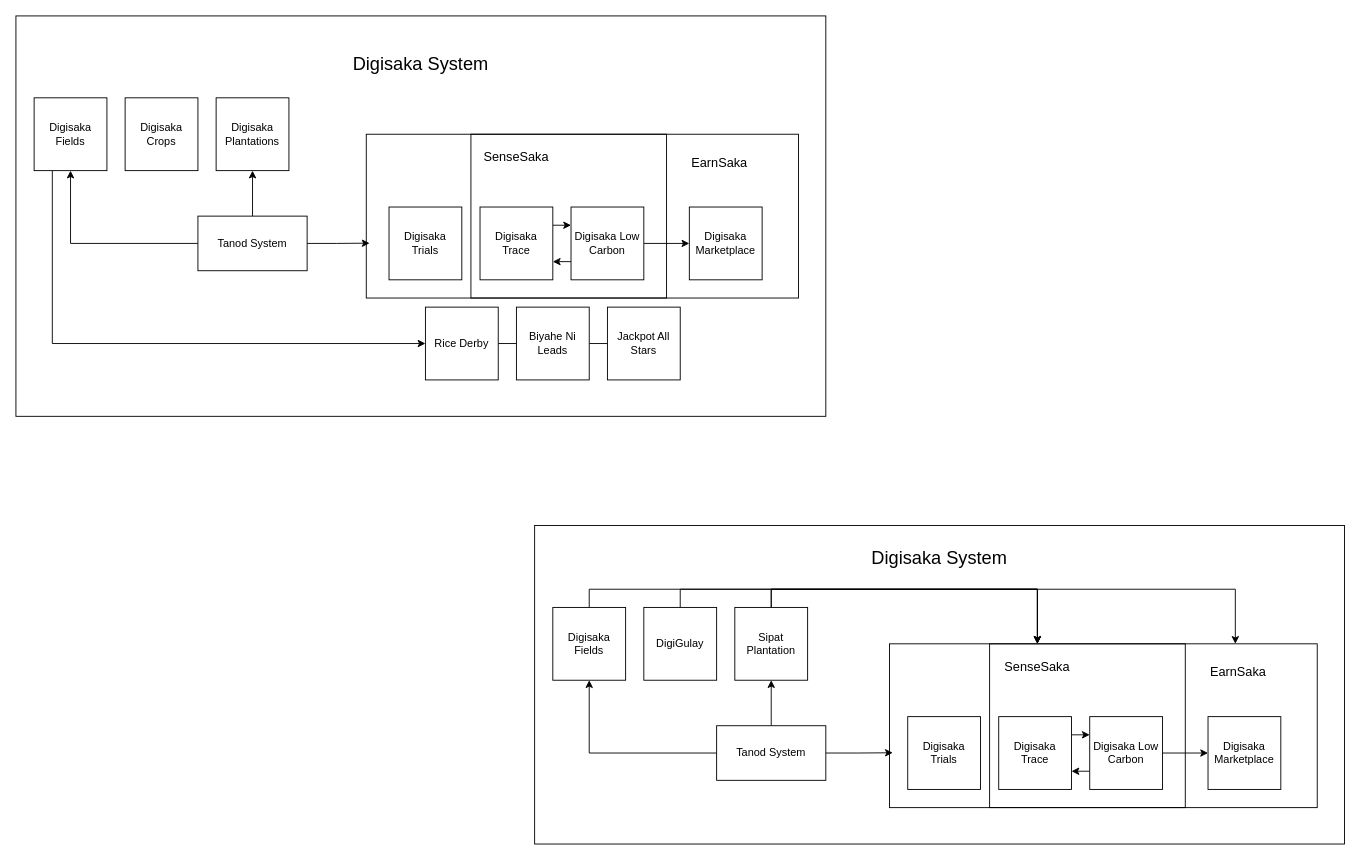
The draw.io diagram digisaks_overalldiagramski.drawio in arnanaraza/diagrams, before the edit. Source tidied: cells renumbered, new cells numbered last; positions are measured from the earlier drawing's top-left corner, leaving out a move shared by most shapes. Both pictures are drawn from the tidied source at 91%, with x=0, y=0 at pixel (15, 15).
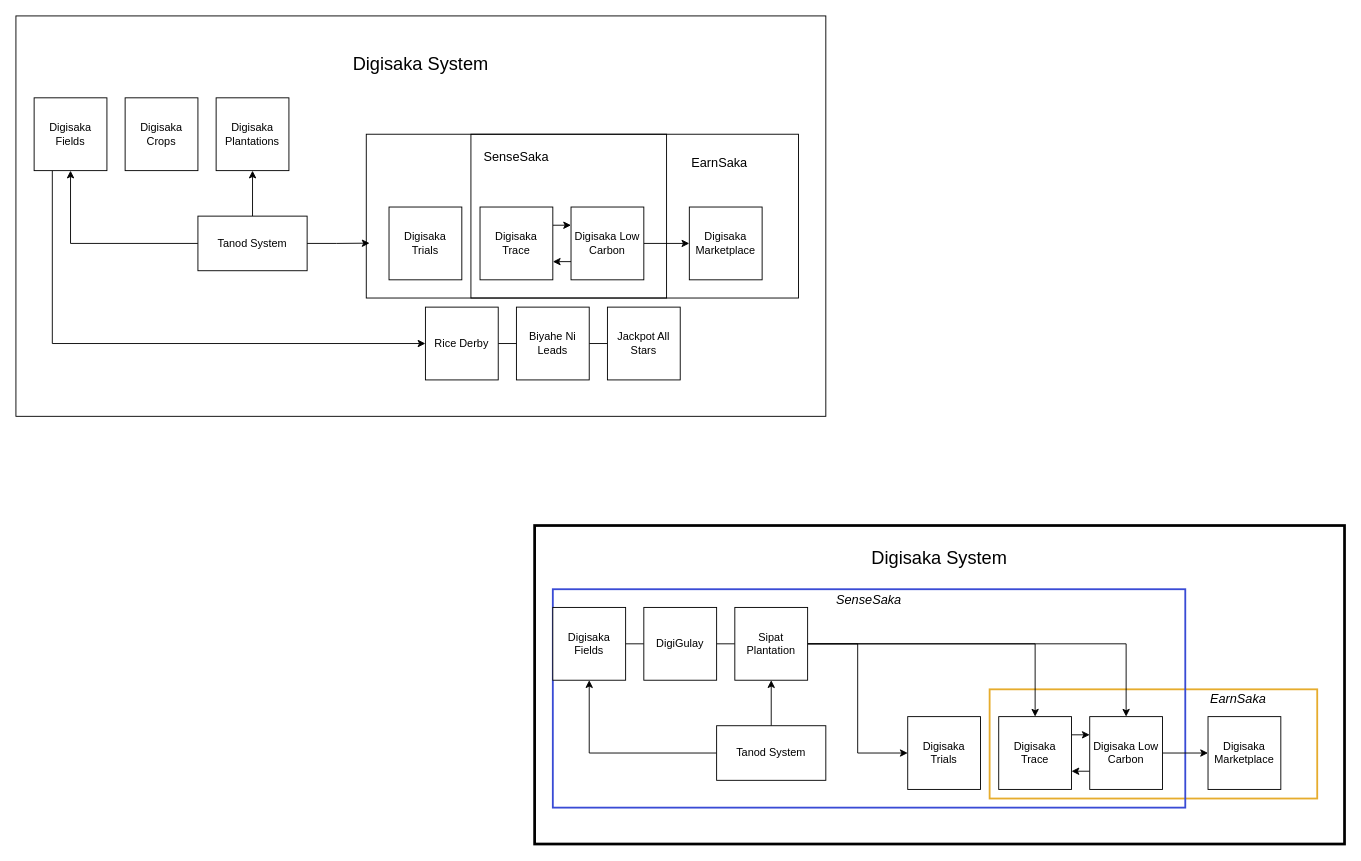
The same diagram, later.

Unchanged cells that the change refers to:
```xml
<mxCell id="29" value="Digisaka Fields" style="whiteSpace=wrap;html=1;" parent="1" vertex="1">
  <mxGeometry x="590" y="650" width="80" height="80" as="geometry" />
</mxCell>
<mxCell id="31" value="DigiGulay" style="whiteSpace=wrap;html=1;" parent="1" vertex="1">
  <mxGeometry x="690" y="650" width="80" height="80" as="geometry" />
</mxCell>
<mxCell id="34" value="Sipat Plantation" style="whiteSpace=wrap;html=1;" parent="1" vertex="1">
  <mxGeometry x="790" y="650" width="80" height="80" as="geometry" />
</mxCell>
<mxCell id="36" value="Digisaka Trace" style="whiteSpace=wrap;html=1;" parent="1" vertex="1">
  <mxGeometry x="1080" y="770" width="80" height="80" as="geometry" />
</mxCell>
<mxCell id="39" value="Digisaka Low Carbon" style="whiteSpace=wrap;html=1;" parent="1" vertex="1">
  <mxGeometry x="1180" y="770" width="80" height="80" as="geometry" />
</mxCell>
<mxCell id="42" value="Tanod System" style="rounded=0;whiteSpace=wrap;html=1;" parent="1" vertex="1">
  <mxGeometry x="770" y="780" width="120" height="60" as="geometry" />
</mxCell>
<mxCell id="44" value="Digisaka Trials" style="whiteSpace=wrap;html=1;" parent="1" vertex="1">
  <mxGeometry x="980" y="770" width="80" height="80" as="geometry" />
</mxCell>
```

The edit, as a diff of the source:
```diff
@@
-    <mxCell id="25" value="&lt;font style=&quot;font-size: 20px;&quot;&gt;Digisaka System&lt;/font&gt;&lt;div&gt;&lt;font style=&quot;font-size: 20px;&quot;&gt;&lt;br&gt;&lt;/font&gt;&lt;/div&gt;&lt;div&gt;&lt;font style=&quot;font-size: 20px;&quot;&gt;&lt;br&gt;&lt;/font&gt;&lt;/div&gt;&lt;div&gt;&lt;font style=&quot;font-size: 20px;&quot;&gt;&lt;br&gt;&lt;/font&gt;&lt;/div&gt;&lt;div&gt;&lt;font style=&quot;font-size: 20px;&quot;&gt;&lt;br&gt;&lt;/font&gt;&lt;/div&gt;&lt;div&gt;&lt;font style=&quot;font-size: 20px;&quot;&gt;&lt;br&gt;&lt;/font&gt;&lt;/div&gt;&lt;div&gt;&lt;font style=&quot;font-size: 20px;&quot;&gt;&lt;br&gt;&lt;/font&gt;&lt;/div&gt;&lt;div&gt;&lt;font style=&quot;font-size: 20px;&quot;&gt;&lt;br&gt;&lt;/font&gt;&lt;/div&gt;&lt;div&gt;&lt;font style=&quot;font-size: 20px;&quot;&gt;&lt;br&gt;&lt;/font&gt;&lt;/div&gt;&lt;div&gt;&lt;font style=&quot;font-size: 20px;&quot;&gt;&lt;br&gt;&lt;/font&gt;&lt;/div&gt;&lt;div&gt;&lt;font style=&quot;font-size: 20px;&quot;&gt;&lt;br&gt;&lt;/font&gt;&lt;/div&gt;&lt;div&gt;&lt;font style=&quot;font-size: 20px;&quot;&gt;&lt;br&gt;&lt;/font&gt;&lt;/div&gt;&lt;div&gt;&lt;br&gt;&lt;/div&gt;" style="rounded=0;whiteSpace=wrap;html=1;fillColor=none;" parent="1" vertex="1">
+    <mxCell id="25" value="&lt;font style=&quot;font-size: 20px;&quot;&gt;Digisaka System&lt;/font&gt;&lt;div&gt;&lt;font style=&quot;font-size: 20px;&quot;&gt;&lt;br&gt;&lt;/font&gt;&lt;/div&gt;&lt;div&gt;&lt;font style=&quot;font-size: 20px;&quot;&gt;&lt;br&gt;&lt;/font&gt;&lt;/div&gt;&lt;div&gt;&lt;font style=&quot;font-size: 20px;&quot;&gt;&lt;br&gt;&lt;/font&gt;&lt;/div&gt;&lt;div&gt;&lt;font style=&quot;font-size: 20px;&quot;&gt;&lt;br&gt;&lt;/font&gt;&lt;/div&gt;&lt;div&gt;&lt;font style=&quot;font-size: 20px;&quot;&gt;&lt;br&gt;&lt;/font&gt;&lt;/div&gt;&lt;div&gt;&lt;font style=&quot;font-size: 20px;&quot;&gt;&lt;br&gt;&lt;/font&gt;&lt;/div&gt;&lt;div&gt;&lt;font style=&quot;font-size: 20px;&quot;&gt;&lt;br&gt;&lt;/font&gt;&lt;/div&gt;&lt;div&gt;&lt;font style=&quot;font-size: 20px;&quot;&gt;&lt;br&gt;&lt;/font&gt;&lt;/div&gt;&lt;div&gt;&lt;font style=&quot;font-size: 20px;&quot;&gt;&lt;br&gt;&lt;/font&gt;&lt;/div&gt;&lt;div&gt;&lt;font style=&quot;font-size: 20px;&quot;&gt;&lt;br&gt;&lt;/font&gt;&lt;/div&gt;&lt;div&gt;&lt;font style=&quot;font-size: 20px;&quot;&gt;&lt;br&gt;&lt;/font&gt;&lt;/div&gt;&lt;div&gt;&lt;br&gt;&lt;/div&gt;" style="rounded=0;whiteSpace=wrap;html=1;fillColor=none;strokeWidth=3;" parent="1" vertex="1">
       <mxGeometry x="570" y="560" width="890" height="350" as="geometry" />
     </mxCell>
-    <mxCell id="26" value="&lt;div style=&quot;text-align: right;&quot;&gt;&lt;span style=&quot;font-size: 14px;&quot;&gt;&lt;span style=&quot;white-space: pre;&quot;&gt;&#9;&lt;/span&gt;&lt;span style=&quot;white-space: pre;&quot;&gt;&#9;&lt;/span&gt;&lt;span style=&quot;white-space: pre;&quot;&gt;&#9;&lt;/span&gt;&lt;span style=&quot;white-space: pre;&quot;&gt;&#9;&lt;/span&gt;&lt;span style=&quot;white-space: pre;&quot;&gt;&#9;&lt;/span&gt;&lt;span style=&quot;white-space: pre;&quot;&gt;&#9;&lt;/span&gt;EarnSaka&lt;/span&gt;&lt;/div&gt;&lt;div style=&quot;text-align: right;&quot;&gt;&lt;span style=&quot;font-size: 14px;&quot;&gt;&lt;br&gt;&lt;/span&gt;&lt;/div&gt;&lt;div style=&quot;text-align: right;&quot;&gt;&lt;span style=&quot;font-size: 14px;&quot;&gt;&lt;br&gt;&lt;/span&gt;&lt;/div&gt;&lt;div style=&quot;text-align: right;&quot;&gt;&lt;span style=&quot;font-size: 14px;&quot;&gt;&lt;br&gt;&lt;/span&gt;&lt;/div&gt;&lt;div style=&quot;text-align: right;&quot;&gt;&lt;span style=&quot;font-size: 14px;&quot;&gt;&lt;br&gt;&lt;/span&gt;&lt;/div&gt;&lt;div style=&quot;text-align: right;&quot;&gt;&lt;span style=&quot;font-size: 14px;&quot;&gt;&lt;br&gt;&lt;/span&gt;&lt;/div&gt;&lt;div style=&quot;text-align: right;&quot;&gt;&lt;span style=&quot;font-size: 14px;&quot;&gt;&lt;br&gt;&lt;/span&gt;&lt;/div&gt;&lt;div style=&quot;text-align: right;&quot;&gt;&lt;span style=&quot;font-size: 14px;&quot;&gt;&lt;br&gt;&lt;/span&gt;&lt;/div&gt;" style="rounded=0;whiteSpace=wrap;html=1;fillColor=none;" parent="1" vertex="1">
-      <mxGeometry x="1070" y="690" width="360" height="180" as="geometry" />
+    <mxCell id="26" value="&lt;div style=&quot;text-align: right;&quot;&gt;&lt;span style=&quot;font-size: 14px;&quot;&gt;&lt;i&gt;&lt;span style=&quot;white-space: pre;&quot;&gt;&#9;&lt;/span&gt;&lt;span style=&quot;white-space: pre;&quot;&gt;&#9;&lt;/span&gt;&lt;span style=&quot;white-space: pre;&quot;&gt;&#9;&lt;/span&gt;&lt;span style=&quot;white-space: pre;&quot;&gt;&#9;&lt;/span&gt;&lt;span style=&quot;white-space: pre;&quot;&gt;&#9;&lt;/span&gt;&lt;span style=&quot;white-space: pre;&quot;&gt;&#9;&lt;/span&gt;EarnSaka&lt;/i&gt;&lt;/span&gt;&lt;/div&gt;&lt;div style=&quot;text-align: right;&quot;&gt;&lt;span style=&quot;font-size: 14px;&quot;&gt;&lt;i&gt;&lt;br&gt;&lt;/i&gt;&lt;/span&gt;&lt;/div&gt;&lt;div style=&quot;text-align: right;&quot;&gt;&lt;span style=&quot;font-size: 14px;&quot;&gt;&lt;i&gt;&lt;br&gt;&lt;/i&gt;&lt;/span&gt;&lt;/div&gt;&lt;div style=&quot;text-align: right;&quot;&gt;&lt;span style=&quot;font-size: 14px;&quot;&gt;&lt;i&gt;&lt;br&gt;&lt;/i&gt;&lt;/span&gt;&lt;/div&gt;&lt;div style=&quot;text-align: right;&quot;&gt;&lt;span style=&quot;font-size: 14px;&quot;&gt;&lt;i&gt;&lt;br&gt;&lt;/i&gt;&lt;/span&gt;&lt;/div&gt;&lt;div style=&quot;text-align: right;&quot;&gt;&lt;span style=&quot;font-size: 14px;&quot;&gt;&lt;i&gt;&lt;br&gt;&lt;/i&gt;&lt;/span&gt;&lt;/div&gt;&lt;div style=&quot;text-align: right;&quot;&gt;&lt;span style=&quot;font-size: 14px;&quot;&gt;&lt;br&gt;&lt;/span&gt;&lt;/div&gt;" style="rounded=0;whiteSpace=wrap;html=1;fillColor=none;strokeWidth=2;strokeColor=light-dark(#e6ac2d, #ededed);" parent="1" vertex="1">
+      <mxGeometry x="1070" y="740" width="360" height="120" as="geometry" />
     </mxCell>
-    <mxCell id="27" value="&lt;font style=&quot;font-size: 14px;&quot;&gt;SenseSaka&lt;/font&gt;&lt;div&gt;&lt;font style=&quot;font-size: 14px;&quot;&gt;&lt;br&gt;&lt;/font&gt;&lt;/div&gt;&lt;div&gt;&lt;font style=&quot;font-size: 14px;&quot;&gt;&lt;br&gt;&lt;/font&gt;&lt;/div&gt;&lt;div&gt;&lt;font style=&quot;font-size: 14px;&quot;&gt;&lt;br&gt;&lt;/font&gt;&lt;/div&gt;&lt;div&gt;&lt;br&gt;&lt;/div&gt;&lt;div&gt;&lt;font style=&quot;font-size: 14px;&quot;&gt;&lt;br&gt;&lt;/font&gt;&lt;/div&gt;&lt;div&gt;&lt;font style=&quot;font-size: 14px;&quot;&gt;&lt;br&gt;&lt;/font&gt;&lt;/div&gt;&lt;div&gt;&lt;font style=&quot;font-size: 14px;&quot;&gt;&lt;br&gt;&lt;/font&gt;&lt;/div&gt;&lt;div&gt;&lt;br&gt;&lt;/div&gt;" style="rounded=0;whiteSpace=wrap;html=1;fillColor=none;" parent="1" vertex="1">
-      <mxGeometry x="960" y="690" width="325" height="180" as="geometry" />
+    <mxCell id="27" value="&lt;font style=&quot;font-size: 14px;&quot;&gt;&lt;i&gt;SenseSaka&lt;/i&gt;&lt;/font&gt;&lt;div&gt;&lt;font style=&quot;font-size: 14px;&quot;&gt;&lt;i&gt;&lt;br&gt;&lt;/i&gt;&lt;/font&gt;&lt;/div&gt;&lt;div&gt;&lt;font style=&quot;font-size: 14px;&quot;&gt;&lt;i&gt;&lt;br&gt;&lt;/i&gt;&lt;/font&gt;&lt;/div&gt;&lt;div&gt;&lt;font style=&quot;font-size: 14px;&quot;&gt;&lt;i&gt;&lt;br&gt;&lt;/i&gt;&lt;/font&gt;&lt;/div&gt;&lt;div&gt;&lt;i&gt;&lt;br&gt;&lt;/i&gt;&lt;/div&gt;&lt;div&gt;&lt;font style=&quot;font-size: 14px;&quot;&gt;&lt;i&gt;&lt;br&gt;&lt;/i&gt;&lt;/font&gt;&lt;/div&gt;&lt;div&gt;&lt;font style=&quot;font-size: 14px;&quot;&gt;&lt;i&gt;&lt;br&gt;&lt;/i&gt;&lt;/font&gt;&lt;/div&gt;&lt;div&gt;&lt;font style=&quot;font-size: 14px;&quot;&gt;&lt;i&gt;&lt;br&gt;&lt;/i&gt;&lt;/font&gt;&lt;/div&gt;&lt;div&gt;&lt;br&gt;&lt;/div&gt;&lt;div&gt;&lt;br&gt;&lt;/div&gt;&lt;div&gt;&lt;br&gt;&lt;/div&gt;&lt;div&gt;&lt;br&gt;&lt;/div&gt;&lt;div&gt;&lt;br&gt;&lt;/div&gt;&lt;div&gt;&lt;br&gt;&lt;/div&gt;&lt;div&gt;&lt;br&gt;&lt;/div&gt;" style="rounded=0;whiteSpace=wrap;html=1;fillColor=none;strokeWidth=2;strokeColor=light-dark(#394bd5, #ededed);" parent="1" vertex="1">
+      <mxGeometry x="590" y="630" width="695" height="240" as="geometry" />
     </mxCell>
-    <mxCell id="28" style="edgeStyle=orthogonalEdgeStyle;rounded=0;jettySize=auto;html=1;exitX=0.5;exitY=0;exitDx=0;exitDy=0;entryX=0.5;entryY=0;entryDx=0;entryDy=0;" parent="1" edge="1" source="29" target="27">
-      <mxGeometry relative="1" as="geometry" />
-    </mxCell>
+    <mxCell id="46" style="edgeStyle=orthogonalEdgeStyle;rounded=0;jettySize=auto;html=1;exitX=1;exitY=0.5;exitDx=0;exitDy=0;entryX=0;entryY=0.5;entryDx=0;entryDy=0;endArrow=none;endFill=0;" parent="1" edge="1" source="29" target="31">
+      <mxGeometry relative="1" as="geometry" />
+    </mxCell>
@@
-    <mxCell id="30" style="edgeStyle=orthogonalEdgeStyle;rounded=0;jettySize=auto;html=1;exitX=0.5;exitY=0;exitDx=0;exitDy=0;entryX=0.5;entryY=0;entryDx=0;entryDy=0;" parent="1" edge="1" source="31" target="27">
-      <mxGeometry relative="1" as="geometry" />
-    </mxCell>
+    <mxCell id="47" style="edgeStyle=orthogonalEdgeStyle;rounded=0;jettySize=auto;html=1;exitX=1;exitY=0.5;exitDx=0;exitDy=0;entryX=0;entryY=0.5;entryDx=0;entryDy=0;endArrow=none;endFill=0;" parent="1" edge="1" source="31" target="34">
+      <mxGeometry relative="1" as="geometry" />
+    </mxCell>
@@
-    <mxCell id="32" style="edgeStyle=orthogonalEdgeStyle;rounded=0;jettySize=auto;html=1;exitX=0.5;exitY=0;exitDx=0;exitDy=0;entryX=0.5;entryY=0;entryDx=0;entryDy=0;" parent="1" edge="1" source="34" target="27">
-      <mxGeometry relative="1" as="geometry" />
-    </mxCell>
-    <mxCell id="33" style="edgeStyle=orthogonalEdgeStyle;rounded=0;jettySize=auto;html=1;exitX=0.5;exitY=0;exitDx=0;exitDy=0;entryX=0.75;entryY=0;entryDx=0;entryDy=0;" parent="1" edge="1" source="34" target="26">
-      <mxGeometry relative="1" as="geometry" />
-    </mxCell>
+    <mxCell id="48" style="edgeStyle=orthogonalEdgeStyle;rounded=0;jettySize=auto;html=1;exitX=1;exitY=0.5;exitDx=0;exitDy=0;entryX=0;entryY=0.5;entryDx=0;entryDy=0;" parent="1" edge="1" source="34" target="44">
+      <mxGeometry relative="1" as="geometry" />
+    </mxCell>
+    <mxCell id="49" style="edgeStyle=orthogonalEdgeStyle;rounded=0;jettySize=auto;html=1;exitX=1;exitY=0.5;exitDx=0;exitDy=0;entryX=0.5;entryY=0;entryDx=0;entryDy=0;" parent="1" edge="1" source="34" target="36">
+      <mxGeometry relative="1" as="geometry" />
+    </mxCell>
+    <mxCell id="50" style="edgeStyle=orthogonalEdgeStyle;rounded=0;jettySize=auto;html=1;exitX=1;exitY=0.5;exitDx=0;exitDy=0;entryX=0.5;entryY=0;entryDx=0;entryDy=0;" parent="1" edge="1" source="34" target="39">
+      <mxGeometry relative="1" as="geometry" />
+    </mxCell>
@@
-    <mxCell id="45" style="edgeStyle=orthogonalEdgeStyle;rounded=0;jettySize=auto;html=1;exitX=1;exitY=0.5;exitDx=0;exitDy=0;entryX=0.011;entryY=0.665;entryDx=0;entryDy=0;entryPerimeter=0;" parent="1" edge="1" source="42" target="27">
-      <mxGeometry relative="1" as="geometry" />
-    </mxCell>
```
